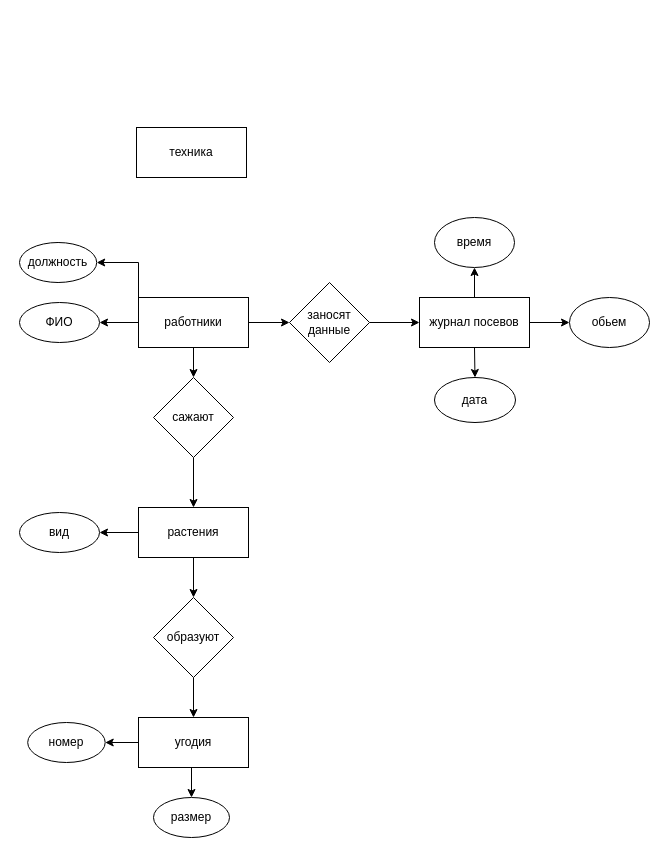
This is Диаграмма без названия.drawio from kreker3113/KASD, a draw.io file, before an edit. Source tidied: cells renumbered, new cells numbered last; positions are measured from the earlier drawing's top-left corner, leaving out a move shared by most shapes. Both pictures are drawn from the tidied source at 100%, with x=0, y=0 at pixel (19, 127).
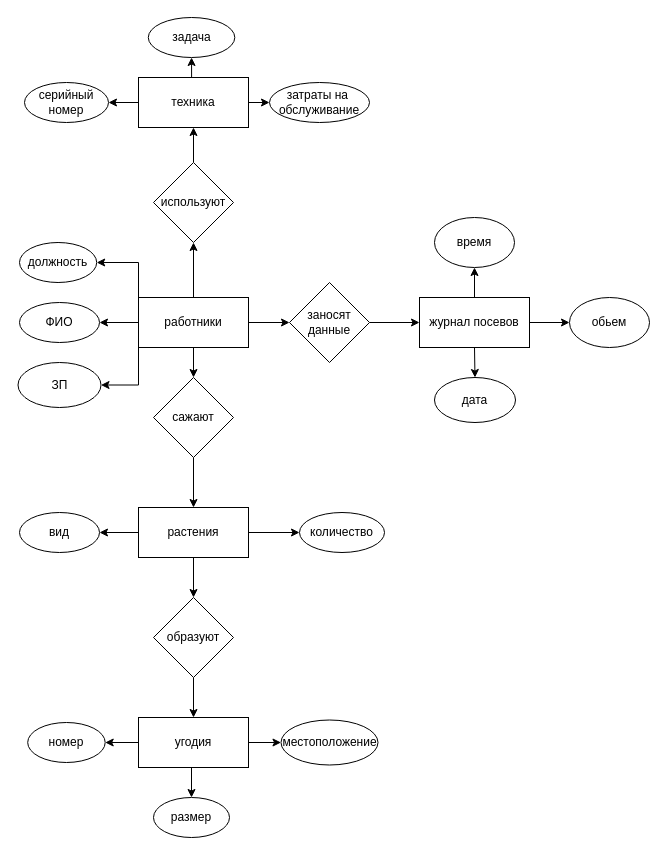
After the change.

Commit message:
сельское хозяйство

Unchanged cells that the change refers to:
```xml
<mxCell id="4" value="растения" style="html=1;whiteSpace=wrap;" parent="1" vertex="1">
  <mxGeometry x="119" y="380" width="110" height="50" as="geometry" />
</mxCell>
<mxCell id="7" value="угодия" style="html=1;whiteSpace=wrap;" parent="1" vertex="1">
  <mxGeometry x="119" y="590" width="110" height="50" as="geometry" />
</mxCell>
<mxCell id="12" value="работники" style="html=1;whiteSpace=wrap;" parent="1" vertex="1">
  <mxGeometry x="119" y="170" width="110" height="50" as="geometry" />
</mxCell>
```

What changed in the source:
```diff
@@
+    <mxCell id="32" style="edgeStyle=orthogonalEdgeStyle;rounded=0;jettySize=auto;html=1;exitX=1;exitY=0.5;exitDx=0;exitDy=0;entryX=0;entryY=0.5;entryDx=0;entryDy=0;" parent="1" edge="1" source="4" target="40">
+      <mxGeometry relative="1" as="geometry" />
+    </mxCell>
@@
+    <mxCell id="33" style="edgeStyle=orthogonalEdgeStyle;rounded=0;jettySize=auto;html=1;exitX=1;exitY=0.5;exitDx=0;exitDy=0;entryX=0;entryY=0.5;entryDx=0;entryDy=0;" parent="1" edge="1" source="7" target="43">
+      <mxGeometry relative="1" as="geometry" />
+    </mxCell>
@@
+    <mxCell id="34" style="edgeStyle=orthogonalEdgeStyle;rounded=0;jettySize=auto;html=1;exitX=0;exitY=1;exitDx=0;exitDy=0;entryX=1;entryY=0.5;entryDx=0;entryDy=0;" parent="1" edge="1" source="12" target="39">
+      <mxGeometry relative="1" as="geometry" />
+    </mxCell>
+    <mxCell id="35" style="edgeStyle=orthogonalEdgeStyle;rounded=0;jettySize=auto;html=1;entryX=0.5;entryY=1;entryDx=0;entryDy=0;" parent="1" edge="1" source="12" target="42">
+      <mxGeometry relative="1" as="geometry" />
+    </mxCell>
@@
+    <mxCell id="36" style="edgeStyle=orthogonalEdgeStyle;rounded=0;jettySize=auto;html=1;exitX=0;exitY=0.5;exitDx=0;exitDy=0;entryX=1;entryY=0.5;entryDx=0;entryDy=0;" parent="1" edge="1" source="31" target="44">
+      <mxGeometry relative="1" as="geometry" />
+    </mxCell>
+    <mxCell id="37" style="edgeStyle=orthogonalEdgeStyle;rounded=0;jettySize=auto;html=1;exitX=0.5;exitY=0;exitDx=0;exitDy=0;entryX=0.5;entryY=1;entryDx=0;entryDy=0;" parent="1" edge="1" source="31" target="45">
+      <mxGeometry relative="1" as="geometry" />
+    </mxCell>
+    <mxCell id="38" style="edgeStyle=orthogonalEdgeStyle;rounded=0;jettySize=auto;html=1;exitX=1;exitY=0.5;exitDx=0;exitDy=0;entryX=0;entryY=0.5;entryDx=0;entryDy=0;" parent="1" edge="1" source="31" target="46">
+      <mxGeometry relative="1" as="geometry" />
+    </mxCell>
     <mxCell id="31" value="техника" style="rounded=0;whiteSpace=wrap;html=1;" parent="1" vertex="1">
-      <mxGeometry x="117" width="110" height="50" as="geometry" />
+      <mxGeometry x="119" y="-50" width="110" height="50" as="geometry" />
     </mxCell>
+    <mxCell id="39" value="ЗП" style="ellipse;whiteSpace=wrap;html=1;" parent="1" vertex="1">
+      <mxGeometry x="-1.5" y="235" width="83" height="45" as="geometry" />
+    </mxCell>
+    <mxCell id="40" value="количество" style="ellipse;whiteSpace=wrap;html=1;" parent="1" vertex="1">
+      <mxGeometry x="280" y="385" width="85" height="40" as="geometry" />
+    </mxCell>
+    <mxCell id="41" style="edgeStyle=orthogonalEdgeStyle;rounded=0;jettySize=auto;html=1;exitX=0.5;exitY=0;exitDx=0;exitDy=0;entryX=0.5;entryY=1;entryDx=0;entryDy=0;" parent="1" edge="1" source="42" target="31">
+      <mxGeometry relative="1" as="geometry" />
+    </mxCell>
+    <mxCell id="42" value="используют" style="rhombus;whiteSpace=wrap;html=1;" parent="1" vertex="1">
+      <mxGeometry x="134" y="35" width="80" height="80" as="geometry" />
+    </mxCell>
+    <mxCell id="43" value="местоположение" style="ellipse;whiteSpace=wrap;html=1;" parent="1" vertex="1">
+      <mxGeometry x="261.5" y="592.5" width="97" height="45" as="geometry" />
+    </mxCell>
+    <mxCell id="44" value="серийный&lt;div&gt;номер&lt;/div&gt;" style="ellipse;whiteSpace=wrap;html=1;" parent="1" vertex="1">
+      <mxGeometry x="5" y="-45" width="84" height="40" as="geometry" />
+    </mxCell>
+    <mxCell id="45" value="задача" style="ellipse;whiteSpace=wrap;html=1;" parent="1" vertex="1">
+      <mxGeometry x="128.8" y="-110" width="86.5" height="40" as="geometry" />
+    </mxCell>
+    <mxCell id="46" value="затраты на&amp;nbsp;&lt;div&gt;обслуживание&lt;/div&gt;" style="ellipse;whiteSpace=wrap;html=1;" parent="1" vertex="1">
+      <mxGeometry x="250" y="-45" width="100" height="40" as="geometry" />
+    </mxCell>
```
